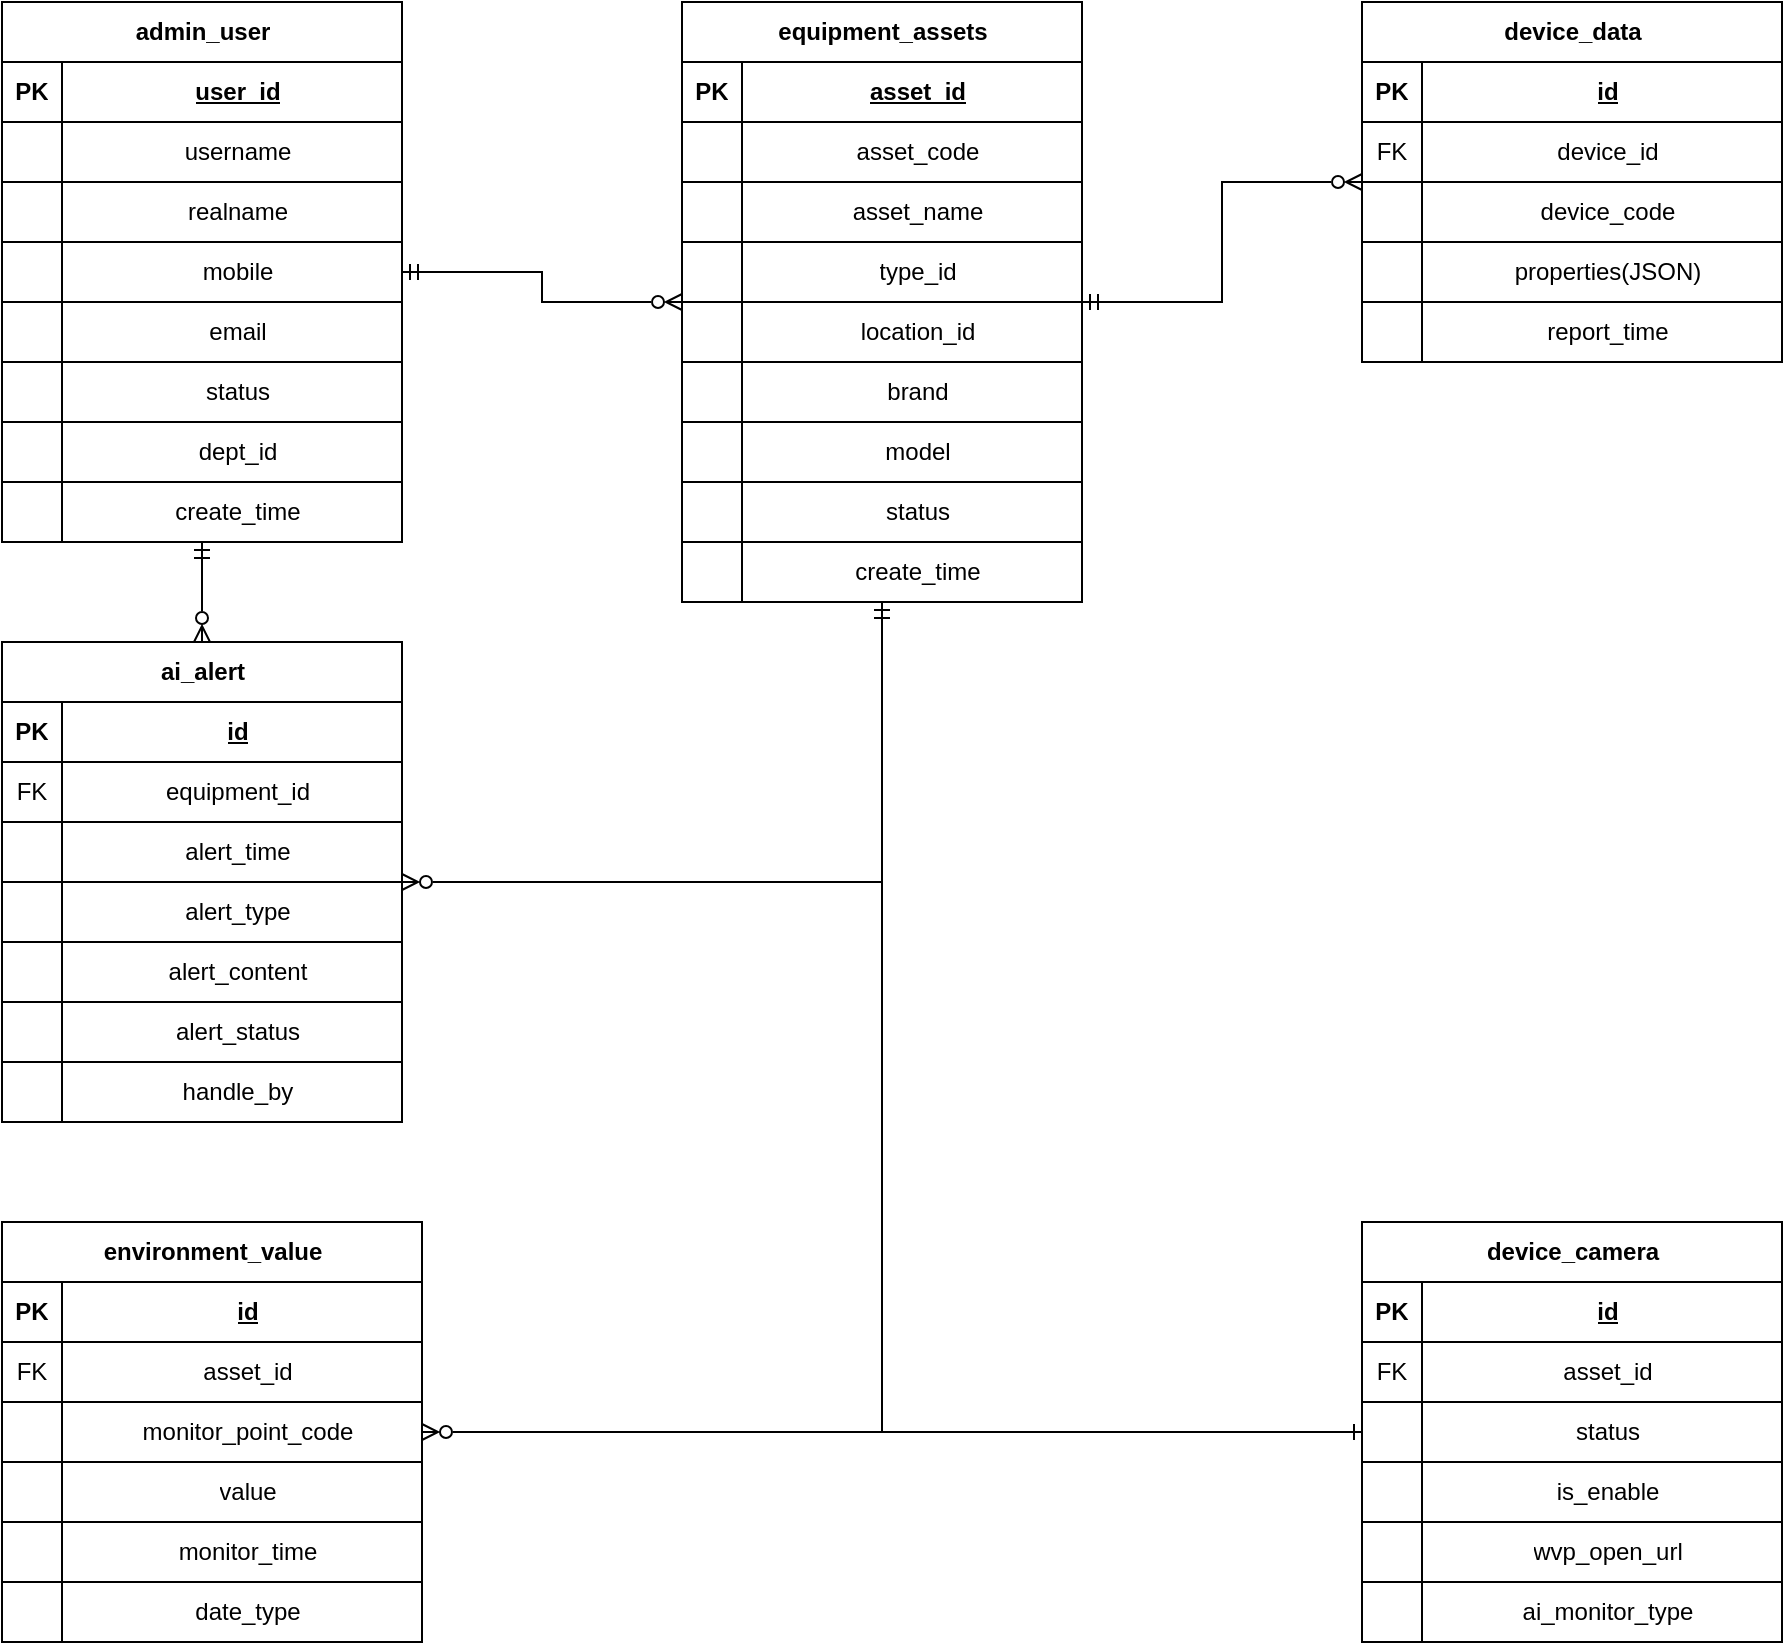
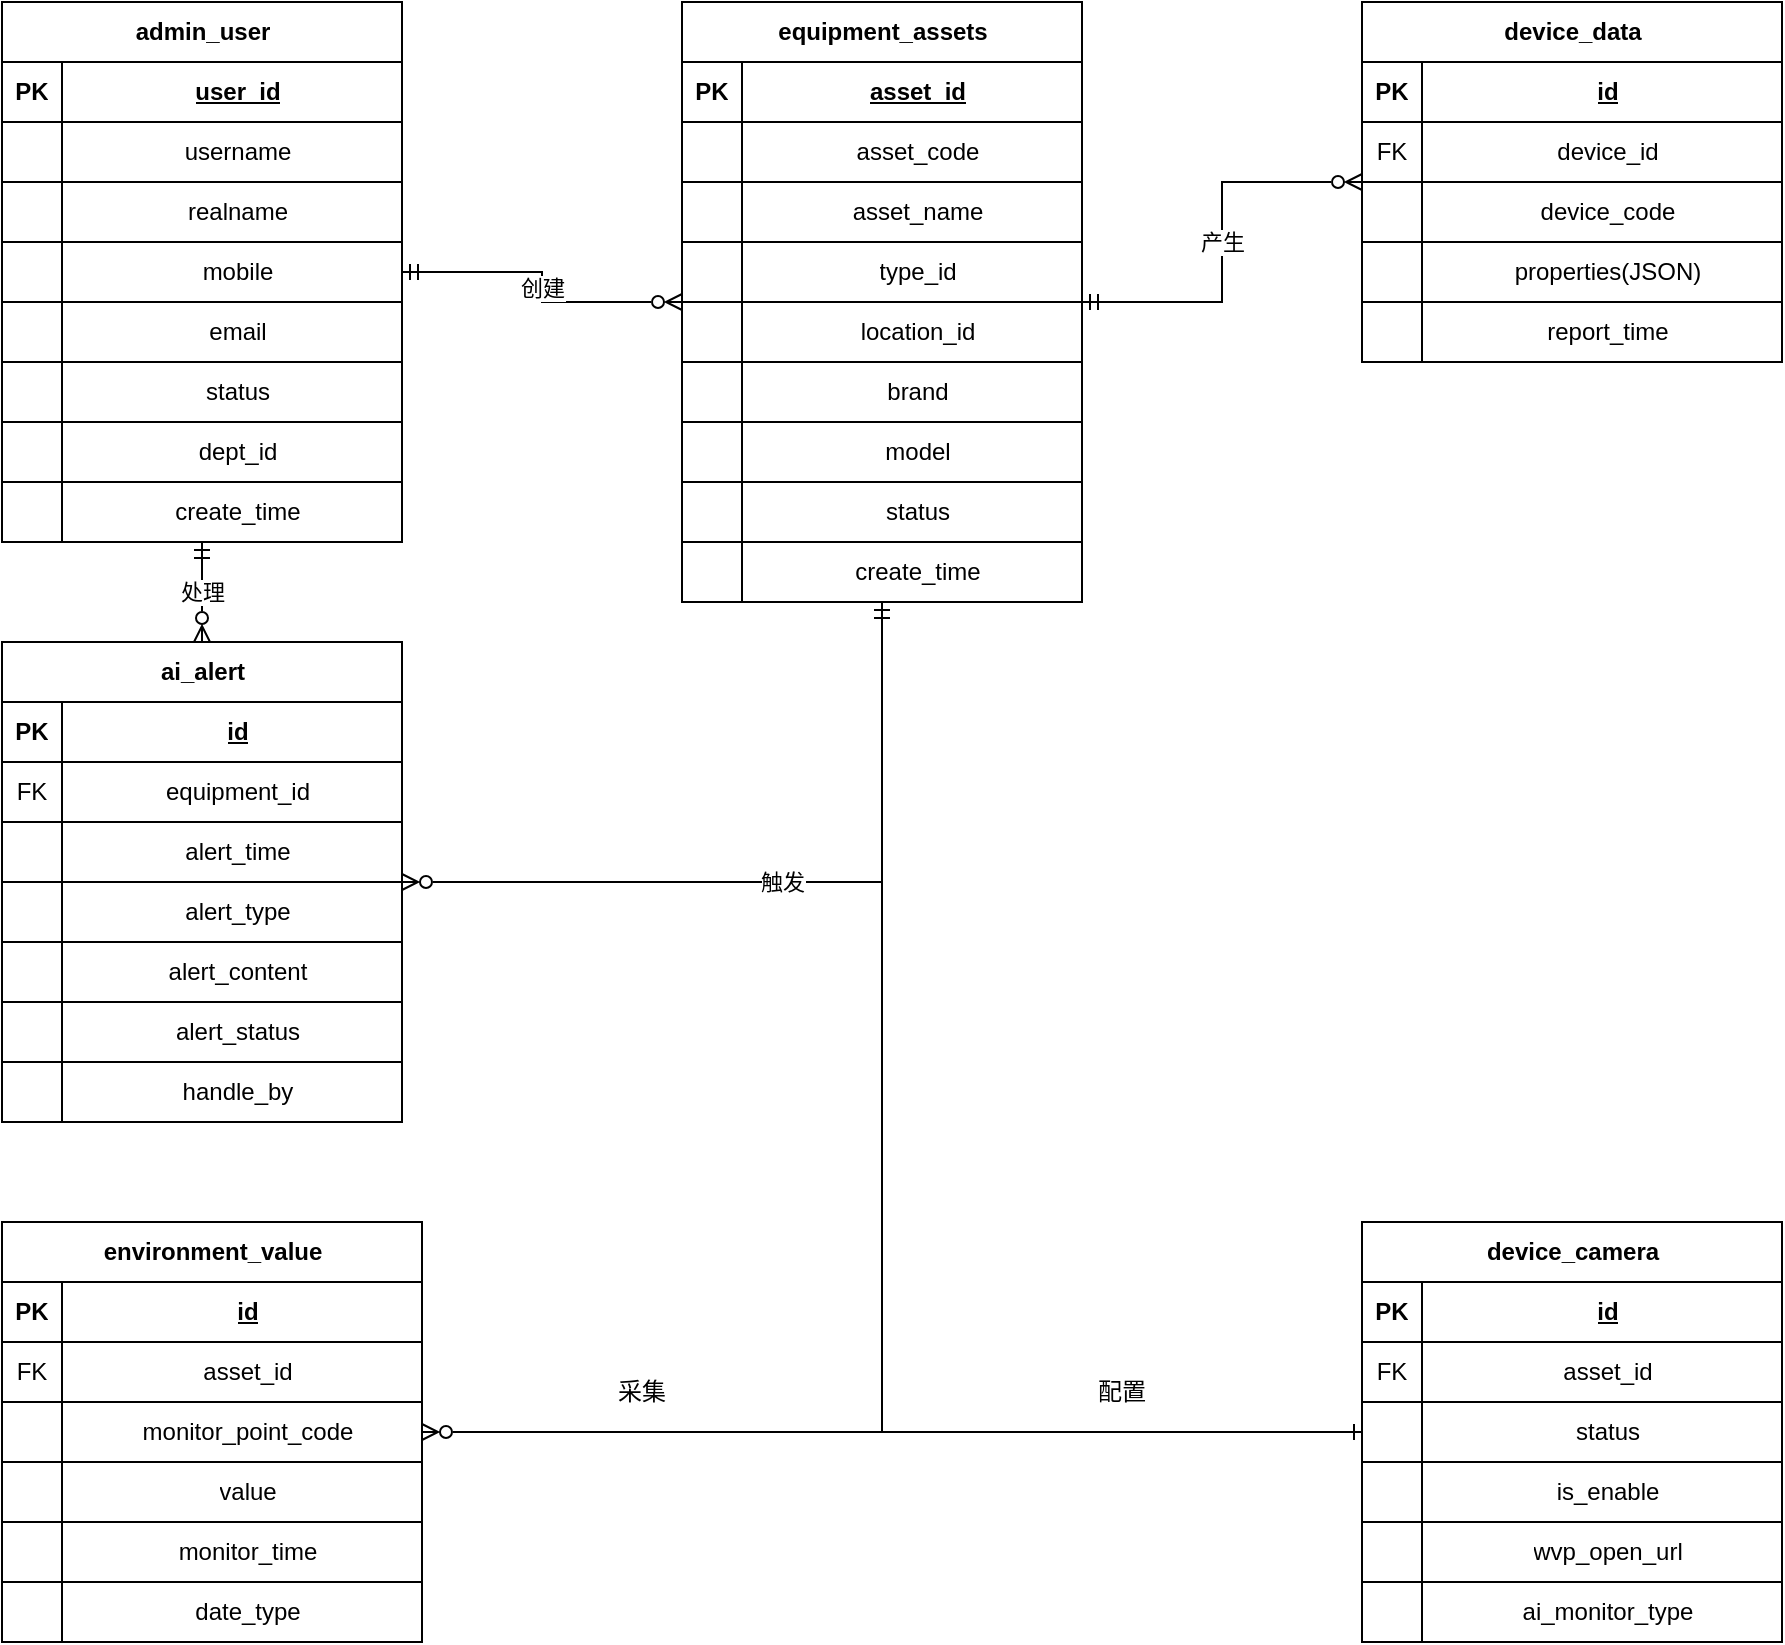
<mxfile host="app.diagrams.net">
  <diagram name="第 1 页" id="OWBINmQlBohk5XkoMZUK">
-     <mxGraphModel dx="1193" dy="767" grid="1" gridSize="10" guides="1" tooltips="1" connect="1" arrows="1" fold="1" page="1" pageScale="1" pageWidth="1169" pageHeight="1654" math="0" shadow="0">
+     <mxGraphModel dx="1326" dy="852" grid="1" gridSize="10" guides="1" tooltips="1" connect="1" arrows="1" fold="1" page="1" pageScale="1" pageWidth="1169" pageHeight="1654" math="0" shadow="0">
      <root>
        <mxCell id="0" />
        <mxCell id="1" parent="0" />
        <mxCell id="AhCAHCdXaYQ7X0f_vC18-310" parent="1" style="shape=table;startSize=30;container=1;collapsible=1;childLayout=tableLayout;fixedRows=1;rowLines=1;colLines=1;fontStyle=1;align=center;resizeLast=1;html=1;strokeColor=#000000;fillColor=none;fontColor=#000000;" value="admin_user" vertex="1">
          <mxGeometry height="270" width="200" x="440" y="700" as="geometry" />
        </mxCell>
        <mxCell id="AhCAHCdXaYQ7X0f_vC18-311" parent="AhCAHCdXaYQ7X0f_vC18-310" style="shape=tableRow;horizontal=0;startSize=0;swimlaneHead=0;swimlaneBody=0;fillColor=none;collapsible=0;dropTarget=0;points=[[0,0.5],[1,0.5]];portConstraint=eastwest;top=0;left=0;right=0;bottom=1;" value="" vertex="1">
          <mxGeometry height="30" width="200" y="30" as="geometry" />
        </mxCell>
        <mxCell id="AhCAHCdXaYQ7X0f_vC18-312" parent="AhCAHCdXaYQ7X0f_vC18-311" style="shape=partialRectangle;connectable=0;fillColor=none;top=0;left=0;bottom=0;right=0;fontStyle=1;overflow=hidden;whiteSpace=wrap;html=1;strokeColor=#000000;" value="PK" vertex="1">
          <mxGeometry height="30" width="30" as="geometry">
            <mxRectangle height="30" width="30" as="alternateBounds" />
          </mxGeometry>
        </mxCell>
        <mxCell id="AhCAHCdXaYQ7X0f_vC18-313" parent="AhCAHCdXaYQ7X0f_vC18-311" style="shape=partialRectangle;connectable=0;fillColor=none;top=0;left=0;bottom=0;right=0;align=center;spacingLeft=6;fontStyle=5;overflow=hidden;whiteSpace=wrap;html=1;strokeColor=#000000;" value="user_id" vertex="1">
          <mxGeometry height="30" width="170" x="30" as="geometry">
            <mxRectangle height="30" width="170" as="alternateBounds" />
          </mxGeometry>
        </mxCell>
        <mxCell id="AhCAHCdXaYQ7X0f_vC18-314" parent="AhCAHCdXaYQ7X0f_vC18-310" style="shape=tableRow;horizontal=0;startSize=0;swimlaneHead=0;swimlaneBody=0;fillColor=none;collapsible=0;dropTarget=0;points=[[0,0.5],[1,0.5]];portConstraint=eastwest;top=0;left=0;right=0;bottom=0;" value="" vertex="1">
          <mxGeometry height="30" width="200" y="60" as="geometry" />
        </mxCell>
        <mxCell id="AhCAHCdXaYQ7X0f_vC18-315" parent="AhCAHCdXaYQ7X0f_vC18-314" style="shape=partialRectangle;connectable=0;fillColor=none;top=0;left=0;bottom=0;right=0;overflow=hidden;whiteSpace=wrap;html=1;strokeColor=#000000;" value="" vertex="1">
          <mxGeometry height="30" width="30" as="geometry">
            <mxRectangle height="30" width="30" as="alternateBounds" />
          </mxGeometry>
        </mxCell>
        <mxCell id="AhCAHCdXaYQ7X0f_vC18-316" parent="AhCAHCdXaYQ7X0f_vC18-314" style="shape=partialRectangle;connectable=0;fillColor=none;top=0;left=0;bottom=0;right=0;align=center;spacingLeft=6;overflow=hidden;whiteSpace=wrap;html=1;strokeColor=#000000;" value="username" vertex="1">
          <mxGeometry height="30" width="170" x="30" as="geometry">
            <mxRectangle height="30" width="170" as="alternateBounds" />
          </mxGeometry>
        </mxCell>
        <mxCell id="AhCAHCdXaYQ7X0f_vC18-317" parent="AhCAHCdXaYQ7X0f_vC18-310" style="shape=tableRow;horizontal=0;startSize=0;swimlaneHead=0;swimlaneBody=0;fillColor=none;collapsible=0;dropTarget=0;points=[[0,0.5],[1,0.5]];portConstraint=eastwest;top=0;left=0;right=0;bottom=0;" value="" vertex="1">
          <mxGeometry height="30" width="200" y="90" as="geometry" />
        </mxCell>
        <mxCell id="AhCAHCdXaYQ7X0f_vC18-318" parent="AhCAHCdXaYQ7X0f_vC18-317" style="shape=partialRectangle;connectable=0;fillColor=none;top=0;left=0;bottom=0;right=0;overflow=hidden;whiteSpace=wrap;html=1;strokeColor=#000000;" value="" vertex="1">
          <mxGeometry height="30" width="30" as="geometry">
            <mxRectangle height="30" width="30" as="alternateBounds" />
          </mxGeometry>
        </mxCell>
        <mxCell id="AhCAHCdXaYQ7X0f_vC18-319" parent="AhCAHCdXaYQ7X0f_vC18-317" style="shape=partialRectangle;connectable=0;fillColor=none;top=0;left=0;bottom=0;right=0;align=center;spacingLeft=6;overflow=hidden;whiteSpace=wrap;html=1;strokeColor=#000000;" value="realname" vertex="1">
          <mxGeometry height="30" width="170" x="30" as="geometry">
            <mxRectangle height="30" width="170" as="alternateBounds" />
          </mxGeometry>
        </mxCell>
        <mxCell id="AhCAHCdXaYQ7X0f_vC18-320" parent="AhCAHCdXaYQ7X0f_vC18-310" style="shape=tableRow;horizontal=0;startSize=0;swimlaneHead=0;swimlaneBody=0;fillColor=none;collapsible=0;dropTarget=0;points=[[0,0.5],[1,0.5]];portConstraint=eastwest;top=0;left=0;right=0;bottom=0;" value="" vertex="1">
          <mxGeometry height="30" width="200" y="120" as="geometry" />
        </mxCell>
        <mxCell id="AhCAHCdXaYQ7X0f_vC18-321" parent="AhCAHCdXaYQ7X0f_vC18-320" style="shape=partialRectangle;connectable=0;fillColor=none;top=0;left=0;bottom=0;right=0;overflow=hidden;whiteSpace=wrap;html=1;strokeColor=#000000;" value="" vertex="1">
          <mxGeometry height="30" width="30" as="geometry">
            <mxRectangle height="30" width="30" as="alternateBounds" />
          </mxGeometry>
        </mxCell>
        <mxCell id="AhCAHCdXaYQ7X0f_vC18-322" parent="AhCAHCdXaYQ7X0f_vC18-320" style="shape=partialRectangle;connectable=0;fillColor=none;top=0;left=0;bottom=0;right=0;align=center;spacingLeft=6;overflow=hidden;whiteSpace=wrap;html=1;strokeColor=#000000;" value="mobile" vertex="1">
          <mxGeometry height="30" width="170" x="30" as="geometry">
            <mxRectangle height="30" width="170" as="alternateBounds" />
          </mxGeometry>
        </mxCell>
        <mxCell id="AhCAHCdXaYQ7X0f_vC18-323" parent="AhCAHCdXaYQ7X0f_vC18-310" style="shape=tableRow;horizontal=0;startSize=0;swimlaneHead=0;swimlaneBody=0;fillColor=none;collapsible=0;dropTarget=0;points=[[0,0.5],[1,0.5]];portConstraint=eastwest;top=0;left=0;right=0;bottom=0;" value="" vertex="1">
          <mxGeometry height="30" width="200" y="150" as="geometry" />
        </mxCell>
        <mxCell id="AhCAHCdXaYQ7X0f_vC18-324" parent="AhCAHCdXaYQ7X0f_vC18-323" style="shape=partialRectangle;connectable=0;fillColor=none;top=0;left=0;bottom=0;right=0;overflow=hidden;whiteSpace=wrap;html=1;strokeColor=#000000;" value="" vertex="1">
          <mxGeometry height="30" width="30" as="geometry">
            <mxRectangle height="30" width="30" as="alternateBounds" />
          </mxGeometry>
        </mxCell>
        <mxCell id="AhCAHCdXaYQ7X0f_vC18-325" parent="AhCAHCdXaYQ7X0f_vC18-323" style="shape=partialRectangle;connectable=0;fillColor=none;top=0;left=0;bottom=0;right=0;align=center;spacingLeft=6;overflow=hidden;whiteSpace=wrap;html=1;strokeColor=#000000;" value="email" vertex="1">
          <mxGeometry height="30" width="170" x="30" as="geometry">
            <mxRectangle height="30" width="170" as="alternateBounds" />
          </mxGeometry>
        </mxCell>
        <mxCell id="AhCAHCdXaYQ7X0f_vC18-326" parent="AhCAHCdXaYQ7X0f_vC18-310" style="shape=tableRow;horizontal=0;startSize=0;swimlaneHead=0;swimlaneBody=0;fillColor=none;collapsible=0;dropTarget=0;points=[[0,0.5],[1,0.5]];portConstraint=eastwest;top=0;left=0;right=0;bottom=0;" value="" vertex="1">
          <mxGeometry height="30" width="200" y="180" as="geometry" />
        </mxCell>
        <mxCell id="AhCAHCdXaYQ7X0f_vC18-327" parent="AhCAHCdXaYQ7X0f_vC18-326" style="shape=partialRectangle;connectable=0;fillColor=none;top=0;left=0;bottom=0;right=0;overflow=hidden;whiteSpace=wrap;html=1;strokeColor=#000000;" value="" vertex="1">
          <mxGeometry height="30" width="30" as="geometry">
            <mxRectangle height="30" width="30" as="alternateBounds" />
          </mxGeometry>
        </mxCell>
        <mxCell id="AhCAHCdXaYQ7X0f_vC18-328" parent="AhCAHCdXaYQ7X0f_vC18-326" style="shape=partialRectangle;connectable=0;fillColor=none;top=0;left=0;bottom=0;right=0;align=center;spacingLeft=6;overflow=hidden;whiteSpace=wrap;html=1;strokeColor=#000000;" value="status" vertex="1">
          <mxGeometry height="30" width="170" x="30" as="geometry">
            <mxRectangle height="30" width="170" as="alternateBounds" />
          </mxGeometry>
        </mxCell>
        <mxCell id="AhCAHCdXaYQ7X0f_vC18-329" parent="AhCAHCdXaYQ7X0f_vC18-310" style="shape=tableRow;horizontal=0;startSize=0;swimlaneHead=0;swimlaneBody=0;fillColor=none;collapsible=0;dropTarget=0;points=[[0,0.5],[1,0.5]];portConstraint=eastwest;top=0;left=0;right=0;bottom=0;" value="" vertex="1">
          <mxGeometry height="30" width="200" y="210" as="geometry" />
        </mxCell>
        <mxCell id="AhCAHCdXaYQ7X0f_vC18-330" parent="AhCAHCdXaYQ7X0f_vC18-329" style="shape=partialRectangle;connectable=0;fillColor=none;top=0;left=0;bottom=0;right=0;overflow=hidden;whiteSpace=wrap;html=1;strokeColor=#000000;" value="" vertex="1">
          <mxGeometry height="30" width="30" as="geometry">
            <mxRectangle height="30" width="30" as="alternateBounds" />
          </mxGeometry>
        </mxCell>
        <mxCell id="AhCAHCdXaYQ7X0f_vC18-331" parent="AhCAHCdXaYQ7X0f_vC18-329" style="shape=partialRectangle;connectable=0;fillColor=none;top=0;left=0;bottom=0;right=0;align=center;spacingLeft=6;overflow=hidden;whiteSpace=wrap;html=1;strokeColor=#000000;" value="dept_id" vertex="1">
          <mxGeometry height="30" width="170" x="30" as="geometry">
            <mxRectangle height="30" width="170" as="alternateBounds" />
          </mxGeometry>
        </mxCell>
        <mxCell id="AhCAHCdXaYQ7X0f_vC18-332" parent="AhCAHCdXaYQ7X0f_vC18-310" style="shape=tableRow;horizontal=0;startSize=0;swimlaneHead=0;swimlaneBody=0;fillColor=none;collapsible=0;dropTarget=0;points=[[0,0.5],[1,0.5]];portConstraint=eastwest;top=0;left=0;right=0;bottom=0;" value="" vertex="1">
          <mxGeometry height="30" width="200" y="240" as="geometry" />
        </mxCell>
        <mxCell id="AhCAHCdXaYQ7X0f_vC18-333" parent="AhCAHCdXaYQ7X0f_vC18-332" style="shape=partialRectangle;connectable=0;fillColor=none;top=0;left=0;bottom=0;right=0;overflow=hidden;whiteSpace=wrap;html=1;strokeColor=#000000;" value="" vertex="1">
          <mxGeometry height="30" width="30" as="geometry">
            <mxRectangle height="30" width="30" as="alternateBounds" />
          </mxGeometry>
        </mxCell>
        <mxCell id="AhCAHCdXaYQ7X0f_vC18-334" parent="AhCAHCdXaYQ7X0f_vC18-332" style="shape=partialRectangle;connectable=0;fillColor=none;top=0;left=0;bottom=0;right=0;align=center;spacingLeft=6;overflow=hidden;whiteSpace=wrap;html=1;strokeColor=#000000;" value="create_time" vertex="1">
          <mxGeometry height="30" width="170" x="30" as="geometry">
            <mxRectangle height="30" width="170" as="alternateBounds" />
          </mxGeometry>
        </mxCell>
        <mxCell id="AhCAHCdXaYQ7X0f_vC18-335" parent="1" style="shape=table;startSize=30;container=1;collapsible=1;childLayout=tableLayout;fixedRows=1;rowLines=1;colLines=1;fontStyle=1;align=center;resizeLast=1;html=1;strokeColor=#000000;fillColor=none;fontColor=#000000;" value="equipment_assets" vertex="1">
          <mxGeometry height="300" width="200" x="780" y="700" as="geometry" />
        </mxCell>
        <mxCell id="AhCAHCdXaYQ7X0f_vC18-336" parent="AhCAHCdXaYQ7X0f_vC18-335" style="shape=tableRow;horizontal=0;startSize=0;swimlaneHead=0;swimlaneBody=0;fillColor=none;collapsible=0;dropTarget=0;points=[[0,0.5],[1,0.5]];portConstraint=eastwest;top=0;left=0;right=0;bottom=1;" value="" vertex="1">
          <mxGeometry height="30" width="200" y="30" as="geometry" />
        </mxCell>
        <mxCell id="AhCAHCdXaYQ7X0f_vC18-337" parent="AhCAHCdXaYQ7X0f_vC18-336" style="shape=partialRectangle;connectable=0;fillColor=none;top=0;left=0;bottom=0;right=0;fontStyle=1;overflow=hidden;whiteSpace=wrap;html=1;strokeColor=#000000;" value="PK" vertex="1">
          <mxGeometry height="30" width="30" as="geometry">
            <mxRectangle height="30" width="30" as="alternateBounds" />
          </mxGeometry>
        </mxCell>
        <mxCell id="AhCAHCdXaYQ7X0f_vC18-338" parent="AhCAHCdXaYQ7X0f_vC18-336" style="shape=partialRectangle;connectable=0;fillColor=none;top=0;left=0;bottom=0;right=0;align=center;spacingLeft=6;fontStyle=5;overflow=hidden;whiteSpace=wrap;html=1;strokeColor=#000000;" value="asset_id" vertex="1">
          <mxGeometry height="30" width="170" x="30" as="geometry">
            <mxRectangle height="30" width="170" as="alternateBounds" />
          </mxGeometry>
        </mxCell>
        <mxCell id="AhCAHCdXaYQ7X0f_vC18-339" parent="AhCAHCdXaYQ7X0f_vC18-335" style="shape=tableRow;horizontal=0;startSize=0;swimlaneHead=0;swimlaneBody=0;fillColor=none;collapsible=0;dropTarget=0;points=[[0,0.5],[1,0.5]];portConstraint=eastwest;top=0;left=0;right=0;bottom=0;" value="" vertex="1">
          <mxGeometry height="30" width="200" y="60" as="geometry" />
        </mxCell>
        <mxCell id="AhCAHCdXaYQ7X0f_vC18-340" parent="AhCAHCdXaYQ7X0f_vC18-339" style="shape=partialRectangle;connectable=0;fillColor=none;top=0;left=0;bottom=0;right=0;overflow=hidden;whiteSpace=wrap;html=1;strokeColor=#000000;" value="" vertex="1">
          <mxGeometry height="30" width="30" as="geometry">
            <mxRectangle height="30" width="30" as="alternateBounds" />
          </mxGeometry>
        </mxCell>
        <mxCell id="AhCAHCdXaYQ7X0f_vC18-341" parent="AhCAHCdXaYQ7X0f_vC18-339" style="shape=partialRectangle;connectable=0;fillColor=none;top=0;left=0;bottom=0;right=0;align=center;spacingLeft=6;overflow=hidden;whiteSpace=wrap;html=1;strokeColor=#000000;" value="asset_code" vertex="1">
          <mxGeometry height="30" width="170" x="30" as="geometry">
            <mxRectangle height="30" width="170" as="alternateBounds" />
          </mxGeometry>
        </mxCell>
        <mxCell id="AhCAHCdXaYQ7X0f_vC18-342" parent="AhCAHCdXaYQ7X0f_vC18-335" style="shape=tableRow;horizontal=0;startSize=0;swimlaneHead=0;swimlaneBody=0;fillColor=none;collapsible=0;dropTarget=0;points=[[0,0.5],[1,0.5]];portConstraint=eastwest;top=0;left=0;right=0;bottom=0;" value="" vertex="1">
          <mxGeometry height="30" width="200" y="90" as="geometry" />
        </mxCell>
        <mxCell id="AhCAHCdXaYQ7X0f_vC18-343" parent="AhCAHCdXaYQ7X0f_vC18-342" style="shape=partialRectangle;connectable=0;fillColor=none;top=0;left=0;bottom=0;right=0;overflow=hidden;whiteSpace=wrap;html=1;strokeColor=#000000;" value="" vertex="1">
          <mxGeometry height="30" width="30" as="geometry">
            <mxRectangle height="30" width="30" as="alternateBounds" />
          </mxGeometry>
        </mxCell>
        <mxCell id="AhCAHCdXaYQ7X0f_vC18-344" parent="AhCAHCdXaYQ7X0f_vC18-342" style="shape=partialRectangle;connectable=0;fillColor=none;top=0;left=0;bottom=0;right=0;align=center;spacingLeft=6;overflow=hidden;whiteSpace=wrap;html=1;strokeColor=#000000;" value="asset_name" vertex="1">
          <mxGeometry height="30" width="170" x="30" as="geometry">
            <mxRectangle height="30" width="170" as="alternateBounds" />
          </mxGeometry>
        </mxCell>
        <mxCell id="AhCAHCdXaYQ7X0f_vC18-345" parent="AhCAHCdXaYQ7X0f_vC18-335" style="shape=tableRow;horizontal=0;startSize=0;swimlaneHead=0;swimlaneBody=0;fillColor=none;collapsible=0;dropTarget=0;points=[[0,0.5],[1,0.5]];portConstraint=eastwest;top=0;left=0;right=0;bottom=0;" value="" vertex="1">
          <mxGeometry height="30" width="200" y="120" as="geometry" />
        </mxCell>
        <mxCell id="AhCAHCdXaYQ7X0f_vC18-346" parent="AhCAHCdXaYQ7X0f_vC18-345" style="shape=partialRectangle;connectable=0;fillColor=none;top=0;left=0;bottom=0;right=0;overflow=hidden;whiteSpace=wrap;html=1;strokeColor=#000000;" value="" vertex="1">
          <mxGeometry height="30" width="30" as="geometry">
            <mxRectangle height="30" width="30" as="alternateBounds" />
          </mxGeometry>
        </mxCell>
        <mxCell id="AhCAHCdXaYQ7X0f_vC18-347" parent="AhCAHCdXaYQ7X0f_vC18-345" style="shape=partialRectangle;connectable=0;fillColor=none;top=0;left=0;bottom=0;right=0;align=center;spacingLeft=6;overflow=hidden;whiteSpace=wrap;html=1;strokeColor=#000000;" value="type_id" vertex="1">
          <mxGeometry height="30" width="170" x="30" as="geometry">
            <mxRectangle height="30" width="170" as="alternateBounds" />
          </mxGeometry>
        </mxCell>
        <mxCell id="AhCAHCdXaYQ7X0f_vC18-348" parent="AhCAHCdXaYQ7X0f_vC18-335" style="shape=tableRow;horizontal=0;startSize=0;swimlaneHead=0;swimlaneBody=0;fillColor=none;collapsible=0;dropTarget=0;points=[[0,0.5],[1,0.5]];portConstraint=eastwest;top=0;left=0;right=0;bottom=0;" value="" vertex="1">
          <mxGeometry height="30" width="200" y="150" as="geometry" />
        </mxCell>
        <mxCell id="AhCAHCdXaYQ7X0f_vC18-349" parent="AhCAHCdXaYQ7X0f_vC18-348" style="shape=partialRectangle;connectable=0;fillColor=none;top=0;left=0;bottom=0;right=0;overflow=hidden;whiteSpace=wrap;html=1;strokeColor=#000000;" value="" vertex="1">
          <mxGeometry height="30" width="30" as="geometry">
            <mxRectangle height="30" width="30" as="alternateBounds" />
          </mxGeometry>
        </mxCell>
        <mxCell id="AhCAHCdXaYQ7X0f_vC18-350" parent="AhCAHCdXaYQ7X0f_vC18-348" style="shape=partialRectangle;connectable=0;fillColor=none;top=0;left=0;bottom=0;right=0;align=center;spacingLeft=6;overflow=hidden;whiteSpace=wrap;html=1;strokeColor=#000000;" value="location_id" vertex="1">
          <mxGeometry height="30" width="170" x="30" as="geometry">
            <mxRectangle height="30" width="170" as="alternateBounds" />
          </mxGeometry>
        </mxCell>
        <mxCell id="AhCAHCdXaYQ7X0f_vC18-351" parent="AhCAHCdXaYQ7X0f_vC18-335" style="shape=tableRow;horizontal=0;startSize=0;swimlaneHead=0;swimlaneBody=0;fillColor=none;collapsible=0;dropTarget=0;points=[[0,0.5],[1,0.5]];portConstraint=eastwest;top=0;left=0;right=0;bottom=0;" value="" vertex="1">
          <mxGeometry height="30" width="200" y="180" as="geometry" />
        </mxCell>
        <mxCell id="AhCAHCdXaYQ7X0f_vC18-352" parent="AhCAHCdXaYQ7X0f_vC18-351" style="shape=partialRectangle;connectable=0;fillColor=none;top=0;left=0;bottom=0;right=0;overflow=hidden;whiteSpace=wrap;html=1;strokeColor=#000000;" value="" vertex="1">
          <mxGeometry height="30" width="30" as="geometry">
            <mxRectangle height="30" width="30" as="alternateBounds" />
          </mxGeometry>
        </mxCell>
        <mxCell id="AhCAHCdXaYQ7X0f_vC18-353" parent="AhCAHCdXaYQ7X0f_vC18-351" style="shape=partialRectangle;connectable=0;fillColor=none;top=0;left=0;bottom=0;right=0;align=center;spacingLeft=6;overflow=hidden;whiteSpace=wrap;html=1;strokeColor=#000000;" value="brand" vertex="1">
          <mxGeometry height="30" width="170" x="30" as="geometry">
            <mxRectangle height="30" width="170" as="alternateBounds" />
          </mxGeometry>
        </mxCell>
        <mxCell id="AhCAHCdXaYQ7X0f_vC18-354" parent="AhCAHCdXaYQ7X0f_vC18-335" style="shape=tableRow;horizontal=0;startSize=0;swimlaneHead=0;swimlaneBody=0;fillColor=none;collapsible=0;dropTarget=0;points=[[0,0.5],[1,0.5]];portConstraint=eastwest;top=0;left=0;right=0;bottom=0;" value="" vertex="1">
          <mxGeometry height="30" width="200" y="210" as="geometry" />
        </mxCell>
        <mxCell id="AhCAHCdXaYQ7X0f_vC18-355" parent="AhCAHCdXaYQ7X0f_vC18-354" style="shape=partialRectangle;connectable=0;fillColor=none;top=0;left=0;bottom=0;right=0;overflow=hidden;whiteSpace=wrap;html=1;strokeColor=#000000;" value="" vertex="1">
          <mxGeometry height="30" width="30" as="geometry">
            <mxRectangle height="30" width="30" as="alternateBounds" />
          </mxGeometry>
        </mxCell>
        <mxCell id="AhCAHCdXaYQ7X0f_vC18-356" parent="AhCAHCdXaYQ7X0f_vC18-354" style="shape=partialRectangle;connectable=0;fillColor=none;top=0;left=0;bottom=0;right=0;align=center;spacingLeft=6;overflow=hidden;whiteSpace=wrap;html=1;strokeColor=#000000;" value="model" vertex="1">
          <mxGeometry height="30" width="170" x="30" as="geometry">
            <mxRectangle height="30" width="170" as="alternateBounds" />
          </mxGeometry>
        </mxCell>
        <mxCell id="AhCAHCdXaYQ7X0f_vC18-357" parent="AhCAHCdXaYQ7X0f_vC18-335" style="shape=tableRow;horizontal=0;startSize=0;swimlaneHead=0;swimlaneBody=0;fillColor=none;collapsible=0;dropTarget=0;points=[[0,0.5],[1,0.5]];portConstraint=eastwest;top=0;left=0;right=0;bottom=0;" value="" vertex="1">
          <mxGeometry height="30" width="200" y="240" as="geometry" />
        </mxCell>
        <mxCell id="AhCAHCdXaYQ7X0f_vC18-358" parent="AhCAHCdXaYQ7X0f_vC18-357" style="shape=partialRectangle;connectable=0;fillColor=none;top=0;left=0;bottom=0;right=0;overflow=hidden;whiteSpace=wrap;html=1;strokeColor=#000000;" value="" vertex="1">
          <mxGeometry height="30" width="30" as="geometry">
            <mxRectangle height="30" width="30" as="alternateBounds" />
          </mxGeometry>
        </mxCell>
        <mxCell id="AhCAHCdXaYQ7X0f_vC18-359" parent="AhCAHCdXaYQ7X0f_vC18-357" style="shape=partialRectangle;connectable=0;fillColor=none;top=0;left=0;bottom=0;right=0;align=center;spacingLeft=6;overflow=hidden;whiteSpace=wrap;html=1;strokeColor=#000000;" value="status" vertex="1">
          <mxGeometry height="30" width="170" x="30" as="geometry">
            <mxRectangle height="30" width="170" as="alternateBounds" />
          </mxGeometry>
        </mxCell>
        <mxCell id="AhCAHCdXaYQ7X0f_vC18-360" parent="AhCAHCdXaYQ7X0f_vC18-335" style="shape=tableRow;horizontal=0;startSize=0;swimlaneHead=0;swimlaneBody=0;fillColor=none;collapsible=0;dropTarget=0;points=[[0,0.5],[1,0.5]];portConstraint=eastwest;top=0;left=0;right=0;bottom=0;" value="" vertex="1">
          <mxGeometry height="30" width="200" y="270" as="geometry" />
        </mxCell>
        <mxCell id="AhCAHCdXaYQ7X0f_vC18-361" parent="AhCAHCdXaYQ7X0f_vC18-360" style="shape=partialRectangle;connectable=0;fillColor=none;top=0;left=0;bottom=0;right=0;overflow=hidden;whiteSpace=wrap;html=1;strokeColor=#000000;" value="" vertex="1">
          <mxGeometry height="30" width="30" as="geometry">
            <mxRectangle height="30" width="30" as="alternateBounds" />
          </mxGeometry>
        </mxCell>
        <mxCell id="AhCAHCdXaYQ7X0f_vC18-362" parent="AhCAHCdXaYQ7X0f_vC18-360" style="shape=partialRectangle;connectable=0;fillColor=none;top=0;left=0;bottom=0;right=0;align=center;spacingLeft=6;overflow=hidden;whiteSpace=wrap;html=1;strokeColor=#000000;" value="create_time" vertex="1">
          <mxGeometry height="30" width="170" x="30" as="geometry">
            <mxRectangle height="30" width="170" as="alternateBounds" />
          </mxGeometry>
        </mxCell>
        <mxCell id="AhCAHCdXaYQ7X0f_vC18-363" parent="1" style="shape=table;startSize=30;container=1;collapsible=1;childLayout=tableLayout;fixedRows=1;rowLines=1;colLines=1;fontStyle=1;align=center;resizeLast=1;html=1;strokeColor=#000000;fillColor=none;fontColor=#000000;" value="device_data" vertex="1">
          <mxGeometry height="180" width="210" x="1120" y="700" as="geometry" />
        </mxCell>
        <mxCell id="AhCAHCdXaYQ7X0f_vC18-364" parent="AhCAHCdXaYQ7X0f_vC18-363" style="shape=tableRow;horizontal=0;startSize=0;swimlaneHead=0;swimlaneBody=0;fillColor=none;collapsible=0;dropTarget=0;points=[[0,0.5],[1,0.5]];portConstraint=eastwest;top=0;left=0;right=0;bottom=1;" value="" vertex="1">
          <mxGeometry height="30" width="210" y="30" as="geometry" />
        </mxCell>
        <mxCell id="AhCAHCdXaYQ7X0f_vC18-365" parent="AhCAHCdXaYQ7X0f_vC18-364" style="shape=partialRectangle;connectable=0;fillColor=none;top=0;left=0;bottom=0;right=0;fontStyle=1;overflow=hidden;whiteSpace=wrap;html=1;strokeColor=#000000;" value="PK" vertex="1">
          <mxGeometry height="30" width="30" as="geometry">
            <mxRectangle height="30" width="30" as="alternateBounds" />
          </mxGeometry>
        </mxCell>
        <mxCell id="AhCAHCdXaYQ7X0f_vC18-366" parent="AhCAHCdXaYQ7X0f_vC18-364" style="shape=partialRectangle;connectable=0;fillColor=none;top=0;left=0;bottom=0;right=0;align=center;spacingLeft=6;fontStyle=5;overflow=hidden;whiteSpace=wrap;html=1;strokeColor=#000000;" value="id" vertex="1">
          <mxGeometry height="30" width="180" x="30" as="geometry">
            <mxRectangle height="30" width="180" as="alternateBounds" />
          </mxGeometry>
        </mxCell>
        <mxCell id="AhCAHCdXaYQ7X0f_vC18-367" parent="AhCAHCdXaYQ7X0f_vC18-363" style="shape=tableRow;horizontal=0;startSize=0;swimlaneHead=0;swimlaneBody=0;fillColor=none;collapsible=0;dropTarget=0;points=[[0,0.5],[1,0.5]];portConstraint=eastwest;top=0;left=0;right=0;bottom=0;" value="" vertex="1">
          <mxGeometry height="30" width="210" y="60" as="geometry" />
        </mxCell>
        <mxCell id="AhCAHCdXaYQ7X0f_vC18-368" parent="AhCAHCdXaYQ7X0f_vC18-367" style="shape=partialRectangle;connectable=0;fillColor=none;top=0;left=0;bottom=0;right=0;overflow=hidden;whiteSpace=wrap;html=1;strokeColor=#000000;" value="FK" vertex="1">
          <mxGeometry height="30" width="30" as="geometry">
            <mxRectangle height="30" width="30" as="alternateBounds" />
          </mxGeometry>
        </mxCell>
        <mxCell id="AhCAHCdXaYQ7X0f_vC18-369" parent="AhCAHCdXaYQ7X0f_vC18-367" style="shape=partialRectangle;connectable=0;fillColor=none;top=0;left=0;bottom=0;right=0;align=center;spacingLeft=6;overflow=hidden;whiteSpace=wrap;html=1;strokeColor=#000000;" value="device_id" vertex="1">
          <mxGeometry height="30" width="180" x="30" as="geometry">
            <mxRectangle height="30" width="180" as="alternateBounds" />
          </mxGeometry>
        </mxCell>
        <mxCell id="AhCAHCdXaYQ7X0f_vC18-370" parent="AhCAHCdXaYQ7X0f_vC18-363" style="shape=tableRow;horizontal=0;startSize=0;swimlaneHead=0;swimlaneBody=0;fillColor=none;collapsible=0;dropTarget=0;points=[[0,0.5],[1,0.5]];portConstraint=eastwest;top=0;left=0;right=0;bottom=0;" value="" vertex="1">
          <mxGeometry height="30" width="210" y="90" as="geometry" />
        </mxCell>
        <mxCell id="AhCAHCdXaYQ7X0f_vC18-371" parent="AhCAHCdXaYQ7X0f_vC18-370" style="shape=partialRectangle;connectable=0;fillColor=none;top=0;left=0;bottom=0;right=0;overflow=hidden;whiteSpace=wrap;html=1;strokeColor=#000000;" value="" vertex="1">
          <mxGeometry height="30" width="30" as="geometry">
            <mxRectangle height="30" width="30" as="alternateBounds" />
          </mxGeometry>
        </mxCell>
        <mxCell id="AhCAHCdXaYQ7X0f_vC18-372" parent="AhCAHCdXaYQ7X0f_vC18-370" style="shape=partialRectangle;connectable=0;fillColor=none;top=0;left=0;bottom=0;right=0;align=center;spacingLeft=6;overflow=hidden;whiteSpace=wrap;html=1;strokeColor=#000000;" value="device_code" vertex="1">
          <mxGeometry height="30" width="180" x="30" as="geometry">
            <mxRectangle height="30" width="180" as="alternateBounds" />
          </mxGeometry>
        </mxCell>
        <mxCell id="AhCAHCdXaYQ7X0f_vC18-373" parent="AhCAHCdXaYQ7X0f_vC18-363" style="shape=tableRow;horizontal=0;startSize=0;swimlaneHead=0;swimlaneBody=0;fillColor=none;collapsible=0;dropTarget=0;points=[[0,0.5],[1,0.5]];portConstraint=eastwest;top=0;left=0;right=0;bottom=0;" value="" vertex="1">
          <mxGeometry height="30" width="210" y="120" as="geometry" />
        </mxCell>
        <mxCell id="AhCAHCdXaYQ7X0f_vC18-374" parent="AhCAHCdXaYQ7X0f_vC18-373" style="shape=partialRectangle;connectable=0;fillColor=none;top=0;left=0;bottom=0;right=0;overflow=hidden;whiteSpace=wrap;html=1;strokeColor=#000000;" value="" vertex="1">
          <mxGeometry height="30" width="30" as="geometry">
            <mxRectangle height="30" width="30" as="alternateBounds" />
          </mxGeometry>
        </mxCell>
        <mxCell id="AhCAHCdXaYQ7X0f_vC18-375" parent="AhCAHCdXaYQ7X0f_vC18-373" style="shape=partialRectangle;connectable=0;fillColor=none;top=0;left=0;bottom=0;right=0;align=center;spacingLeft=6;overflow=hidden;whiteSpace=wrap;html=1;strokeColor=#000000;" value="properties(JSON)" vertex="1">
          <mxGeometry height="30" width="180" x="30" as="geometry">
            <mxRectangle height="30" width="180" as="alternateBounds" />
          </mxGeometry>
        </mxCell>
        <mxCell id="AhCAHCdXaYQ7X0f_vC18-376" parent="AhCAHCdXaYQ7X0f_vC18-363" style="shape=tableRow;horizontal=0;startSize=0;swimlaneHead=0;swimlaneBody=0;fillColor=none;collapsible=0;dropTarget=0;points=[[0,0.5],[1,0.5]];portConstraint=eastwest;top=0;left=0;right=0;bottom=0;" value="" vertex="1">
          <mxGeometry height="30" width="210" y="150" as="geometry" />
        </mxCell>
        <mxCell id="AhCAHCdXaYQ7X0f_vC18-377" parent="AhCAHCdXaYQ7X0f_vC18-376" style="shape=partialRectangle;connectable=0;fillColor=none;top=0;left=0;bottom=0;right=0;overflow=hidden;whiteSpace=wrap;html=1;strokeColor=#000000;" value="" vertex="1">
          <mxGeometry height="30" width="30" as="geometry">
            <mxRectangle height="30" width="30" as="alternateBounds" />
          </mxGeometry>
        </mxCell>
        <mxCell id="AhCAHCdXaYQ7X0f_vC18-378" parent="AhCAHCdXaYQ7X0f_vC18-376" style="shape=partialRectangle;connectable=0;fillColor=none;top=0;left=0;bottom=0;right=0;align=center;spacingLeft=6;overflow=hidden;whiteSpace=wrap;html=1;strokeColor=#000000;" value="report_time" vertex="1">
          <mxGeometry height="30" width="180" x="30" as="geometry">
            <mxRectangle height="30" width="180" as="alternateBounds" />
          </mxGeometry>
        </mxCell>
        <mxCell id="AhCAHCdXaYQ7X0f_vC18-379" parent="1" style="shape=table;startSize=30;container=1;collapsible=1;childLayout=tableLayout;fixedRows=1;rowLines=1;colLines=1;fontStyle=1;align=center;resizeLast=1;html=1;strokeColor=#000000;fillColor=none;fontColor=#000000;" value="ai_alert" vertex="1">
          <mxGeometry height="240" width="200" x="440" y="1020" as="geometry" />
        </mxCell>
        <mxCell id="AhCAHCdXaYQ7X0f_vC18-380" parent="AhCAHCdXaYQ7X0f_vC18-379" style="shape=tableRow;horizontal=0;startSize=0;swimlaneHead=0;swimlaneBody=0;fillColor=none;collapsible=0;dropTarget=0;points=[[0,0.5],[1,0.5]];portConstraint=eastwest;top=0;left=0;right=0;bottom=1;" value="" vertex="1">
          <mxGeometry height="30" width="200" y="30" as="geometry" />
        </mxCell>
        <mxCell id="AhCAHCdXaYQ7X0f_vC18-381" parent="AhCAHCdXaYQ7X0f_vC18-380" style="shape=partialRectangle;connectable=0;fillColor=none;top=0;left=0;bottom=0;right=0;fontStyle=1;overflow=hidden;whiteSpace=wrap;html=1;strokeColor=#000000;" value="PK" vertex="1">
          <mxGeometry height="30" width="30" as="geometry">
            <mxRectangle height="30" width="30" as="alternateBounds" />
          </mxGeometry>
        </mxCell>
        <mxCell id="AhCAHCdXaYQ7X0f_vC18-382" parent="AhCAHCdXaYQ7X0f_vC18-380" style="shape=partialRectangle;connectable=0;fillColor=none;top=0;left=0;bottom=0;right=0;align=center;spacingLeft=6;fontStyle=5;overflow=hidden;whiteSpace=wrap;html=1;strokeColor=#000000;" value="id" vertex="1">
          <mxGeometry height="30" width="170" x="30" as="geometry">
            <mxRectangle height="30" width="170" as="alternateBounds" />
          </mxGeometry>
        </mxCell>
        <mxCell id="AhCAHCdXaYQ7X0f_vC18-383" parent="AhCAHCdXaYQ7X0f_vC18-379" style="shape=tableRow;horizontal=0;startSize=0;swimlaneHead=0;swimlaneBody=0;fillColor=none;collapsible=0;dropTarget=0;points=[[0,0.5],[1,0.5]];portConstraint=eastwest;top=0;left=0;right=0;bottom=0;" value="" vertex="1">
          <mxGeometry height="30" width="200" y="60" as="geometry" />
        </mxCell>
        <mxCell id="AhCAHCdXaYQ7X0f_vC18-384" parent="AhCAHCdXaYQ7X0f_vC18-383" style="shape=partialRectangle;connectable=0;fillColor=none;top=0;left=0;bottom=0;right=0;overflow=hidden;whiteSpace=wrap;html=1;strokeColor=#000000;" value="FK" vertex="1">
          <mxGeometry height="30" width="30" as="geometry">
            <mxRectangle height="30" width="30" as="alternateBounds" />
          </mxGeometry>
        </mxCell>
        <mxCell id="AhCAHCdXaYQ7X0f_vC18-385" parent="AhCAHCdXaYQ7X0f_vC18-383" style="shape=partialRectangle;connectable=0;fillColor=none;top=0;left=0;bottom=0;right=0;align=center;spacingLeft=6;overflow=hidden;whiteSpace=wrap;html=1;strokeColor=#000000;" value="equipment_id" vertex="1">
          <mxGeometry height="30" width="170" x="30" as="geometry">
            <mxRectangle height="30" width="170" as="alternateBounds" />
          </mxGeometry>
        </mxCell>
        <mxCell id="AhCAHCdXaYQ7X0f_vC18-386" parent="AhCAHCdXaYQ7X0f_vC18-379" style="shape=tableRow;horizontal=0;startSize=0;swimlaneHead=0;swimlaneBody=0;fillColor=none;collapsible=0;dropTarget=0;points=[[0,0.5],[1,0.5]];portConstraint=eastwest;top=0;left=0;right=0;bottom=0;" value="" vertex="1">
          <mxGeometry height="30" width="200" y="90" as="geometry" />
        </mxCell>
        <mxCell id="AhCAHCdXaYQ7X0f_vC18-387" parent="AhCAHCdXaYQ7X0f_vC18-386" style="shape=partialRectangle;connectable=0;fillColor=none;top=0;left=0;bottom=0;right=0;overflow=hidden;whiteSpace=wrap;html=1;strokeColor=#000000;" value="" vertex="1">
          <mxGeometry height="30" width="30" as="geometry">
            <mxRectangle height="30" width="30" as="alternateBounds" />
          </mxGeometry>
        </mxCell>
        <mxCell id="AhCAHCdXaYQ7X0f_vC18-388" parent="AhCAHCdXaYQ7X0f_vC18-386" style="shape=partialRectangle;connectable=0;fillColor=none;top=0;left=0;bottom=0;right=0;align=center;spacingLeft=6;overflow=hidden;whiteSpace=wrap;html=1;strokeColor=#000000;" value="alert_time" vertex="1">
          <mxGeometry height="30" width="170" x="30" as="geometry">
            <mxRectangle height="30" width="170" as="alternateBounds" />
          </mxGeometry>
        </mxCell>
        <mxCell id="AhCAHCdXaYQ7X0f_vC18-389" parent="AhCAHCdXaYQ7X0f_vC18-379" style="shape=tableRow;horizontal=0;startSize=0;swimlaneHead=0;swimlaneBody=0;fillColor=none;collapsible=0;dropTarget=0;points=[[0,0.5],[1,0.5]];portConstraint=eastwest;top=0;left=0;right=0;bottom=0;" value="" vertex="1">
          <mxGeometry height="30" width="200" y="120" as="geometry" />
        </mxCell>
        <mxCell id="AhCAHCdXaYQ7X0f_vC18-390" parent="AhCAHCdXaYQ7X0f_vC18-389" style="shape=partialRectangle;connectable=0;fillColor=none;top=0;left=0;bottom=0;right=0;overflow=hidden;whiteSpace=wrap;html=1;strokeColor=#000000;" value="" vertex="1">
          <mxGeometry height="30" width="30" as="geometry">
            <mxRectangle height="30" width="30" as="alternateBounds" />
          </mxGeometry>
        </mxCell>
        <mxCell id="AhCAHCdXaYQ7X0f_vC18-391" parent="AhCAHCdXaYQ7X0f_vC18-389" style="shape=partialRectangle;connectable=0;fillColor=none;top=0;left=0;bottom=0;right=0;align=center;spacingLeft=6;overflow=hidden;whiteSpace=wrap;html=1;strokeColor=#000000;" value="alert_type" vertex="1">
          <mxGeometry height="30" width="170" x="30" as="geometry">
            <mxRectangle height="30" width="170" as="alternateBounds" />
          </mxGeometry>
        </mxCell>
        <mxCell id="AhCAHCdXaYQ7X0f_vC18-392" parent="AhCAHCdXaYQ7X0f_vC18-379" style="shape=tableRow;horizontal=0;startSize=0;swimlaneHead=0;swimlaneBody=0;fillColor=none;collapsible=0;dropTarget=0;points=[[0,0.5],[1,0.5]];portConstraint=eastwest;top=0;left=0;right=0;bottom=0;" value="" vertex="1">
          <mxGeometry height="30" width="200" y="150" as="geometry" />
        </mxCell>
        <mxCell id="AhCAHCdXaYQ7X0f_vC18-393" parent="AhCAHCdXaYQ7X0f_vC18-392" style="shape=partialRectangle;connectable=0;fillColor=none;top=0;left=0;bottom=0;right=0;overflow=hidden;whiteSpace=wrap;html=1;strokeColor=#000000;" value="" vertex="1">
          <mxGeometry height="30" width="30" as="geometry">
            <mxRectangle height="30" width="30" as="alternateBounds" />
          </mxGeometry>
        </mxCell>
        <mxCell id="AhCAHCdXaYQ7X0f_vC18-394" parent="AhCAHCdXaYQ7X0f_vC18-392" style="shape=partialRectangle;connectable=0;fillColor=none;top=0;left=0;bottom=0;right=0;align=center;spacingLeft=6;overflow=hidden;whiteSpace=wrap;html=1;strokeColor=#000000;" value="alert_content" vertex="1">
          <mxGeometry height="30" width="170" x="30" as="geometry">
            <mxRectangle height="30" width="170" as="alternateBounds" />
          </mxGeometry>
        </mxCell>
        <mxCell id="AhCAHCdXaYQ7X0f_vC18-395" parent="AhCAHCdXaYQ7X0f_vC18-379" style="shape=tableRow;horizontal=0;startSize=0;swimlaneHead=0;swimlaneBody=0;fillColor=none;collapsible=0;dropTarget=0;points=[[0,0.5],[1,0.5]];portConstraint=eastwest;top=0;left=0;right=0;bottom=0;" value="" vertex="1">
          <mxGeometry height="30" width="200" y="180" as="geometry" />
        </mxCell>
        <mxCell id="AhCAHCdXaYQ7X0f_vC18-396" parent="AhCAHCdXaYQ7X0f_vC18-395" style="shape=partialRectangle;connectable=0;fillColor=none;top=0;left=0;bottom=0;right=0;overflow=hidden;whiteSpace=wrap;html=1;strokeColor=#000000;" value="" vertex="1">
          <mxGeometry height="30" width="30" as="geometry">
            <mxRectangle height="30" width="30" as="alternateBounds" />
          </mxGeometry>
        </mxCell>
        <mxCell id="AhCAHCdXaYQ7X0f_vC18-397" parent="AhCAHCdXaYQ7X0f_vC18-395" style="shape=partialRectangle;connectable=0;fillColor=none;top=0;left=0;bottom=0;right=0;align=center;spacingLeft=6;overflow=hidden;whiteSpace=wrap;html=1;strokeColor=#000000;" value="alert_status" vertex="1">
          <mxGeometry height="30" width="170" x="30" as="geometry">
            <mxRectangle height="30" width="170" as="alternateBounds" />
          </mxGeometry>
        </mxCell>
        <mxCell id="AhCAHCdXaYQ7X0f_vC18-398" parent="AhCAHCdXaYQ7X0f_vC18-379" style="shape=tableRow;horizontal=0;startSize=0;swimlaneHead=0;swimlaneBody=0;fillColor=none;collapsible=0;dropTarget=0;points=[[0,0.5],[1,0.5]];portConstraint=eastwest;top=0;left=0;right=0;bottom=0;" value="" vertex="1">
          <mxGeometry height="30" width="200" y="210" as="geometry" />
        </mxCell>
        <mxCell id="AhCAHCdXaYQ7X0f_vC18-399" parent="AhCAHCdXaYQ7X0f_vC18-398" style="shape=partialRectangle;connectable=0;fillColor=none;top=0;left=0;bottom=0;right=0;overflow=hidden;whiteSpace=wrap;html=1;strokeColor=#000000;" value="" vertex="1">
          <mxGeometry height="30" width="30" as="geometry">
            <mxRectangle height="30" width="30" as="alternateBounds" />
          </mxGeometry>
        </mxCell>
        <mxCell id="AhCAHCdXaYQ7X0f_vC18-400" parent="AhCAHCdXaYQ7X0f_vC18-398" style="shape=partialRectangle;connectable=0;fillColor=none;top=0;left=0;bottom=0;right=0;align=center;spacingLeft=6;overflow=hidden;whiteSpace=wrap;html=1;strokeColor=#000000;" value="handle_by" vertex="1">
          <mxGeometry height="30" width="170" x="30" as="geometry">
            <mxRectangle height="30" width="170" as="alternateBounds" />
          </mxGeometry>
        </mxCell>
        <mxCell id="AhCAHCdXaYQ7X0f_vC18-401" parent="1" style="shape=table;startSize=30;container=1;collapsible=1;childLayout=tableLayout;fixedRows=1;rowLines=1;colLines=1;fontStyle=1;align=center;resizeLast=1;html=1;strokeColor=#000000;fillColor=none;fontColor=#000000;" value="environment_value" vertex="1">
          <mxGeometry height="210" width="210" x="440" y="1310" as="geometry" />
        </mxCell>
        <mxCell id="AhCAHCdXaYQ7X0f_vC18-402" parent="AhCAHCdXaYQ7X0f_vC18-401" style="shape=tableRow;horizontal=0;startSize=0;swimlaneHead=0;swimlaneBody=0;fillColor=none;collapsible=0;dropTarget=0;points=[[0,0.5],[1,0.5]];portConstraint=eastwest;top=0;left=0;right=0;bottom=1;" value="" vertex="1">
          <mxGeometry height="30" width="210" y="30" as="geometry" />
        </mxCell>
        <mxCell id="AhCAHCdXaYQ7X0f_vC18-403" parent="AhCAHCdXaYQ7X0f_vC18-402" style="shape=partialRectangle;connectable=0;fillColor=none;top=0;left=0;bottom=0;right=0;fontStyle=1;overflow=hidden;whiteSpace=wrap;html=1;strokeColor=#000000;" value="PK" vertex="1">
          <mxGeometry height="30" width="30" as="geometry">
            <mxRectangle height="30" width="30" as="alternateBounds" />
          </mxGeometry>
        </mxCell>
        <mxCell id="AhCAHCdXaYQ7X0f_vC18-404" parent="AhCAHCdXaYQ7X0f_vC18-402" style="shape=partialRectangle;connectable=0;fillColor=none;top=0;left=0;bottom=0;right=0;align=center;spacingLeft=6;fontStyle=5;overflow=hidden;whiteSpace=wrap;html=1;strokeColor=#000000;" value="id" vertex="1">
          <mxGeometry height="30" width="180" x="30" as="geometry">
            <mxRectangle height="30" width="180" as="alternateBounds" />
          </mxGeometry>
        </mxCell>
        <mxCell id="AhCAHCdXaYQ7X0f_vC18-405" parent="AhCAHCdXaYQ7X0f_vC18-401" style="shape=tableRow;horizontal=0;startSize=0;swimlaneHead=0;swimlaneBody=0;fillColor=none;collapsible=0;dropTarget=0;points=[[0,0.5],[1,0.5]];portConstraint=eastwest;top=0;left=0;right=0;bottom=0;" value="" vertex="1">
          <mxGeometry height="30" width="210" y="60" as="geometry" />
        </mxCell>
        <mxCell id="AhCAHCdXaYQ7X0f_vC18-406" parent="AhCAHCdXaYQ7X0f_vC18-405" style="shape=partialRectangle;connectable=0;fillColor=none;top=0;left=0;bottom=0;right=0;overflow=hidden;whiteSpace=wrap;html=1;strokeColor=#000000;" value="FK" vertex="1">
          <mxGeometry height="30" width="30" as="geometry">
            <mxRectangle height="30" width="30" as="alternateBounds" />
          </mxGeometry>
        </mxCell>
        <mxCell id="AhCAHCdXaYQ7X0f_vC18-407" parent="AhCAHCdXaYQ7X0f_vC18-405" style="shape=partialRectangle;connectable=0;fillColor=none;top=0;left=0;bottom=0;right=0;align=center;spacingLeft=6;overflow=hidden;whiteSpace=wrap;html=1;strokeColor=#000000;" value="asset_id" vertex="1">
          <mxGeometry height="30" width="180" x="30" as="geometry">
            <mxRectangle height="30" width="180" as="alternateBounds" />
          </mxGeometry>
        </mxCell>
        <mxCell id="AhCAHCdXaYQ7X0f_vC18-408" parent="AhCAHCdXaYQ7X0f_vC18-401" style="shape=tableRow;horizontal=0;startSize=0;swimlaneHead=0;swimlaneBody=0;fillColor=none;collapsible=0;dropTarget=0;points=[[0,0.5],[1,0.5]];portConstraint=eastwest;top=0;left=0;right=0;bottom=0;" value="" vertex="1">
          <mxGeometry height="30" width="210" y="90" as="geometry" />
        </mxCell>
        <mxCell id="AhCAHCdXaYQ7X0f_vC18-409" parent="AhCAHCdXaYQ7X0f_vC18-408" style="shape=partialRectangle;connectable=0;fillColor=none;top=0;left=0;bottom=0;right=0;overflow=hidden;whiteSpace=wrap;html=1;strokeColor=#000000;" value="" vertex="1">
          <mxGeometry height="30" width="30" as="geometry">
            <mxRectangle height="30" width="30" as="alternateBounds" />
          </mxGeometry>
        </mxCell>
        <mxCell id="AhCAHCdXaYQ7X0f_vC18-410" parent="AhCAHCdXaYQ7X0f_vC18-408" style="shape=partialRectangle;connectable=0;fillColor=none;top=0;left=0;bottom=0;right=0;align=center;spacingLeft=6;overflow=hidden;whiteSpace=wrap;html=1;strokeColor=#000000;" value="monitor_point_code" vertex="1">
          <mxGeometry height="30" width="180" x="30" as="geometry">
            <mxRectangle height="30" width="180" as="alternateBounds" />
          </mxGeometry>
        </mxCell>
        <mxCell id="AhCAHCdXaYQ7X0f_vC18-411" parent="AhCAHCdXaYQ7X0f_vC18-401" style="shape=tableRow;horizontal=0;startSize=0;swimlaneHead=0;swimlaneBody=0;fillColor=none;collapsible=0;dropTarget=0;points=[[0,0.5],[1,0.5]];portConstraint=eastwest;top=0;left=0;right=0;bottom=0;" value="" vertex="1">
          <mxGeometry height="30" width="210" y="120" as="geometry" />
        </mxCell>
        <mxCell id="AhCAHCdXaYQ7X0f_vC18-412" parent="AhCAHCdXaYQ7X0f_vC18-411" style="shape=partialRectangle;connectable=0;fillColor=none;top=0;left=0;bottom=0;right=0;overflow=hidden;whiteSpace=wrap;html=1;strokeColor=#000000;" value="" vertex="1">
          <mxGeometry height="30" width="30" as="geometry">
            <mxRectangle height="30" width="30" as="alternateBounds" />
          </mxGeometry>
        </mxCell>
        <mxCell id="AhCAHCdXaYQ7X0f_vC18-413" parent="AhCAHCdXaYQ7X0f_vC18-411" style="shape=partialRectangle;connectable=0;fillColor=none;top=0;left=0;bottom=0;right=0;align=center;spacingLeft=6;overflow=hidden;whiteSpace=wrap;html=1;strokeColor=#000000;" value="value" vertex="1">
          <mxGeometry height="30" width="180" x="30" as="geometry">
            <mxRectangle height="30" width="180" as="alternateBounds" />
          </mxGeometry>
        </mxCell>
        <mxCell id="AhCAHCdXaYQ7X0f_vC18-414" parent="AhCAHCdXaYQ7X0f_vC18-401" style="shape=tableRow;horizontal=0;startSize=0;swimlaneHead=0;swimlaneBody=0;fillColor=none;collapsible=0;dropTarget=0;points=[[0,0.5],[1,0.5]];portConstraint=eastwest;top=0;left=0;right=0;bottom=0;" value="" vertex="1">
          <mxGeometry height="30" width="210" y="150" as="geometry" />
        </mxCell>
        <mxCell id="AhCAHCdXaYQ7X0f_vC18-415" parent="AhCAHCdXaYQ7X0f_vC18-414" style="shape=partialRectangle;connectable=0;fillColor=none;top=0;left=0;bottom=0;right=0;overflow=hidden;whiteSpace=wrap;html=1;strokeColor=#000000;" value="" vertex="1">
          <mxGeometry height="30" width="30" as="geometry">
            <mxRectangle height="30" width="30" as="alternateBounds" />
          </mxGeometry>
        </mxCell>
        <mxCell id="AhCAHCdXaYQ7X0f_vC18-416" parent="AhCAHCdXaYQ7X0f_vC18-414" style="shape=partialRectangle;connectable=0;fillColor=none;top=0;left=0;bottom=0;right=0;align=center;spacingLeft=6;overflow=hidden;whiteSpace=wrap;html=1;strokeColor=#000000;" value="monitor_time" vertex="1">
          <mxGeometry height="30" width="180" x="30" as="geometry">
            <mxRectangle height="30" width="180" as="alternateBounds" />
          </mxGeometry>
        </mxCell>
        <mxCell id="AhCAHCdXaYQ7X0f_vC18-417" parent="AhCAHCdXaYQ7X0f_vC18-401" style="shape=tableRow;horizontal=0;startSize=0;swimlaneHead=0;swimlaneBody=0;fillColor=none;collapsible=0;dropTarget=0;points=[[0,0.5],[1,0.5]];portConstraint=eastwest;top=0;left=0;right=0;bottom=0;" value="" vertex="1">
          <mxGeometry height="30" width="210" y="180" as="geometry" />
        </mxCell>
        <mxCell id="AhCAHCdXaYQ7X0f_vC18-418" parent="AhCAHCdXaYQ7X0f_vC18-417" style="shape=partialRectangle;connectable=0;fillColor=none;top=0;left=0;bottom=0;right=0;overflow=hidden;whiteSpace=wrap;html=1;strokeColor=#000000;" value="" vertex="1">
          <mxGeometry height="30" width="30" as="geometry">
            <mxRectangle height="30" width="30" as="alternateBounds" />
          </mxGeometry>
        </mxCell>
        <mxCell id="AhCAHCdXaYQ7X0f_vC18-419" parent="AhCAHCdXaYQ7X0f_vC18-417" style="shape=partialRectangle;connectable=0;fillColor=none;top=0;left=0;bottom=0;right=0;align=center;spacingLeft=6;overflow=hidden;whiteSpace=wrap;html=1;strokeColor=#000000;" value="date_type" vertex="1">
          <mxGeometry height="30" width="180" x="30" as="geometry">
            <mxRectangle height="30" width="180" as="alternateBounds" />
          </mxGeometry>
        </mxCell>
        <mxCell id="AhCAHCdXaYQ7X0f_vC18-420" parent="1" style="shape=table;startSize=30;container=1;collapsible=1;childLayout=tableLayout;fixedRows=1;rowLines=1;colLines=1;fontStyle=1;align=center;resizeLast=1;html=1;strokeColor=#000000;fillColor=none;fontColor=#000000;" value="device_camera" vertex="1">
          <mxGeometry height="210" width="210" x="1120" y="1310" as="geometry" />
        </mxCell>
        <mxCell id="AhCAHCdXaYQ7X0f_vC18-421" parent="AhCAHCdXaYQ7X0f_vC18-420" style="shape=tableRow;horizontal=0;startSize=0;swimlaneHead=0;swimlaneBody=0;fillColor=none;collapsible=0;dropTarget=0;points=[[0,0.5],[1,0.5]];portConstraint=eastwest;top=0;left=0;right=0;bottom=1;" value="" vertex="1">
          <mxGeometry height="30" width="210" y="30" as="geometry" />
        </mxCell>
        <mxCell id="AhCAHCdXaYQ7X0f_vC18-422" parent="AhCAHCdXaYQ7X0f_vC18-421" style="shape=partialRectangle;connectable=0;fillColor=none;top=0;left=0;bottom=0;right=0;fontStyle=1;overflow=hidden;whiteSpace=wrap;html=1;strokeColor=#000000;" value="PK" vertex="1">
          <mxGeometry height="30" width="30" as="geometry">
            <mxRectangle height="30" width="30" as="alternateBounds" />
          </mxGeometry>
        </mxCell>
        <mxCell id="AhCAHCdXaYQ7X0f_vC18-423" parent="AhCAHCdXaYQ7X0f_vC18-421" style="shape=partialRectangle;connectable=0;fillColor=none;top=0;left=0;bottom=0;right=0;align=center;spacingLeft=6;fontStyle=5;overflow=hidden;whiteSpace=wrap;html=1;strokeColor=#000000;" value="id" vertex="1">
          <mxGeometry height="30" width="180" x="30" as="geometry">
            <mxRectangle height="30" width="180" as="alternateBounds" />
          </mxGeometry>
        </mxCell>
        <mxCell id="AhCAHCdXaYQ7X0f_vC18-424" parent="AhCAHCdXaYQ7X0f_vC18-420" style="shape=tableRow;horizontal=0;startSize=0;swimlaneHead=0;swimlaneBody=0;fillColor=none;collapsible=0;dropTarget=0;points=[[0,0.5],[1,0.5]];portConstraint=eastwest;top=0;left=0;right=0;bottom=0;" value="" vertex="1">
          <mxGeometry height="30" width="210" y="60" as="geometry" />
        </mxCell>
        <mxCell id="AhCAHCdXaYQ7X0f_vC18-425" parent="AhCAHCdXaYQ7X0f_vC18-424" style="shape=partialRectangle;connectable=0;fillColor=none;top=0;left=0;bottom=0;right=0;overflow=hidden;whiteSpace=wrap;html=1;strokeColor=#000000;" value="FK" vertex="1">
          <mxGeometry height="30" width="30" as="geometry">
            <mxRectangle height="30" width="30" as="alternateBounds" />
          </mxGeometry>
        </mxCell>
        <mxCell id="AhCAHCdXaYQ7X0f_vC18-426" parent="AhCAHCdXaYQ7X0f_vC18-424" style="shape=partialRectangle;connectable=0;fillColor=none;top=0;left=0;bottom=0;right=0;align=center;spacingLeft=6;overflow=hidden;whiteSpace=wrap;html=1;strokeColor=#000000;" value="asset_id" vertex="1">
          <mxGeometry height="30" width="180" x="30" as="geometry">
            <mxRectangle height="30" width="180" as="alternateBounds" />
          </mxGeometry>
        </mxCell>
        <mxCell id="AhCAHCdXaYQ7X0f_vC18-427" parent="AhCAHCdXaYQ7X0f_vC18-420" style="shape=tableRow;horizontal=0;startSize=0;swimlaneHead=0;swimlaneBody=0;fillColor=none;collapsible=0;dropTarget=0;points=[[0,0.5],[1,0.5]];portConstraint=eastwest;top=0;left=0;right=0;bottom=0;" value="" vertex="1">
          <mxGeometry height="30" width="210" y="90" as="geometry" />
        </mxCell>
        <mxCell id="AhCAHCdXaYQ7X0f_vC18-428" parent="AhCAHCdXaYQ7X0f_vC18-427" style="shape=partialRectangle;connectable=0;fillColor=none;top=0;left=0;bottom=0;right=0;overflow=hidden;whiteSpace=wrap;html=1;strokeColor=#000000;" value="" vertex="1">
          <mxGeometry height="30" width="30" as="geometry">
            <mxRectangle height="30" width="30" as="alternateBounds" />
          </mxGeometry>
        </mxCell>
        <mxCell id="AhCAHCdXaYQ7X0f_vC18-429" parent="AhCAHCdXaYQ7X0f_vC18-427" style="shape=partialRectangle;connectable=0;fillColor=none;top=0;left=0;bottom=0;right=0;align=center;spacingLeft=6;overflow=hidden;whiteSpace=wrap;html=1;strokeColor=#000000;" value="status" vertex="1">
          <mxGeometry height="30" width="180" x="30" as="geometry">
            <mxRectangle height="30" width="180" as="alternateBounds" />
          </mxGeometry>
        </mxCell>
        <mxCell id="AhCAHCdXaYQ7X0f_vC18-430" parent="AhCAHCdXaYQ7X0f_vC18-420" style="shape=tableRow;horizontal=0;startSize=0;swimlaneHead=0;swimlaneBody=0;fillColor=none;collapsible=0;dropTarget=0;points=[[0,0.5],[1,0.5]];portConstraint=eastwest;top=0;left=0;right=0;bottom=0;" value="" vertex="1">
          <mxGeometry height="30" width="210" y="120" as="geometry" />
        </mxCell>
        <mxCell id="AhCAHCdXaYQ7X0f_vC18-431" parent="AhCAHCdXaYQ7X0f_vC18-430" style="shape=partialRectangle;connectable=0;fillColor=none;top=0;left=0;bottom=0;right=0;overflow=hidden;whiteSpace=wrap;html=1;strokeColor=#000000;" value="" vertex="1">
          <mxGeometry height="30" width="30" as="geometry">
            <mxRectangle height="30" width="30" as="alternateBounds" />
          </mxGeometry>
        </mxCell>
        <mxCell id="AhCAHCdXaYQ7X0f_vC18-432" parent="AhCAHCdXaYQ7X0f_vC18-430" style="shape=partialRectangle;connectable=0;fillColor=none;top=0;left=0;bottom=0;right=0;align=center;spacingLeft=6;overflow=hidden;whiteSpace=wrap;html=1;strokeColor=#000000;" value="is_enable" vertex="1">
          <mxGeometry height="30" width="180" x="30" as="geometry">
            <mxRectangle height="30" width="180" as="alternateBounds" />
          </mxGeometry>
        </mxCell>
        <mxCell id="AhCAHCdXaYQ7X0f_vC18-433" parent="AhCAHCdXaYQ7X0f_vC18-420" style="shape=tableRow;horizontal=0;startSize=0;swimlaneHead=0;swimlaneBody=0;fillColor=none;collapsible=0;dropTarget=0;points=[[0,0.5],[1,0.5]];portConstraint=eastwest;top=0;left=0;right=0;bottom=0;" value="" vertex="1">
          <mxGeometry height="30" width="210" y="150" as="geometry" />
        </mxCell>
        <mxCell id="AhCAHCdXaYQ7X0f_vC18-434" parent="AhCAHCdXaYQ7X0f_vC18-433" style="shape=partialRectangle;connectable=0;fillColor=none;top=0;left=0;bottom=0;right=0;overflow=hidden;whiteSpace=wrap;html=1;strokeColor=#000000;" value="" vertex="1">
          <mxGeometry height="30" width="30" as="geometry">
            <mxRectangle height="30" width="30" as="alternateBounds" />
          </mxGeometry>
        </mxCell>
        <mxCell id="AhCAHCdXaYQ7X0f_vC18-435" parent="AhCAHCdXaYQ7X0f_vC18-433" style="shape=partialRectangle;connectable=0;fillColor=none;top=0;left=0;bottom=0;right=0;align=center;spacingLeft=6;overflow=hidden;whiteSpace=wrap;html=1;strokeColor=#000000;" value="wvp_open_url" vertex="1">
          <mxGeometry height="30" width="180" x="30" as="geometry">
            <mxRectangle height="30" width="180" as="alternateBounds" />
          </mxGeometry>
        </mxCell>
        <mxCell id="AhCAHCdXaYQ7X0f_vC18-436" parent="AhCAHCdXaYQ7X0f_vC18-420" style="shape=tableRow;horizontal=0;startSize=0;swimlaneHead=0;swimlaneBody=0;fillColor=none;collapsible=0;dropTarget=0;points=[[0,0.5],[1,0.5]];portConstraint=eastwest;top=0;left=0;right=0;bottom=0;" value="" vertex="1">
          <mxGeometry height="30" width="210" y="180" as="geometry" />
        </mxCell>
        <mxCell id="AhCAHCdXaYQ7X0f_vC18-437" parent="AhCAHCdXaYQ7X0f_vC18-436" style="shape=partialRectangle;connectable=0;fillColor=none;top=0;left=0;bottom=0;right=0;overflow=hidden;whiteSpace=wrap;html=1;strokeColor=#000000;" value="" vertex="1">
          <mxGeometry height="30" width="30" as="geometry">
            <mxRectangle height="30" width="30" as="alternateBounds" />
          </mxGeometry>
        </mxCell>
        <mxCell id="AhCAHCdXaYQ7X0f_vC18-438" parent="AhCAHCdXaYQ7X0f_vC18-436" style="shape=partialRectangle;connectable=0;fillColor=none;top=0;left=0;bottom=0;right=0;align=center;spacingLeft=6;overflow=hidden;whiteSpace=wrap;html=1;strokeColor=#000000;" value="ai_monitor_type" vertex="1">
          <mxGeometry height="30" width="180" x="30" as="geometry">
            <mxRectangle height="30" width="180" as="alternateBounds" />
          </mxGeometry>
        </mxCell>
-         <mxCell id="AhCAHCdXaYQ7X0f_vC18-439" edge="1" parent="1" source="AhCAHCdXaYQ7X0f_vC18-379" style="edgeStyle=orthogonalEdgeStyle;rounded=0;orthogonalLoop=1;jettySize=auto;html=1;startArrow=ERzeroToMany;startFill=0;endArrow=ERmandOne;endFill=0;strokeColor=#000000;" target="AhCAHCdXaYQ7X0f_vC18-310">
+         <mxCell id="AhCAHCdXaYQ7X0f_vC18-439" edge="1" parent="1" source="AhCAHCdXaYQ7X0f_vC18-379" style="edgeStyle=orthogonalEdgeStyle;rounded=0;orthogonalLoop=1;jettySize=auto;html=1;startArrow=ERzeroToMany;startFill=0;endArrow=ERmandOne;endFill=0;strokeColor=#000000;" target="AhCAHCdXaYQ7X0f_vC18-310" value="处理">
          <mxGeometry relative="1" as="geometry" />
        </mxCell>
-         <mxCell id="AhCAHCdXaYQ7X0f_vC18-440" edge="1" parent="1" source="AhCAHCdXaYQ7X0f_vC18-335" style="edgeStyle=orthogonalEdgeStyle;rounded=0;orthogonalLoop=1;jettySize=auto;html=1;startArrow=ERzeroToMany;startFill=0;endArrow=ERmandOne;endFill=0;strokeColor=#000000;" target="AhCAHCdXaYQ7X0f_vC18-310">
+         <mxCell id="AhCAHCdXaYQ7X0f_vC18-440" edge="1" parent="1" source="AhCAHCdXaYQ7X0f_vC18-335" style="edgeStyle=orthogonalEdgeStyle;rounded=0;orthogonalLoop=1;jettySize=auto;html=1;startArrow=ERzeroToMany;startFill=0;endArrow=ERmandOne;endFill=0;strokeColor=#000000;" target="AhCAHCdXaYQ7X0f_vC18-310" value="创建">
          <mxGeometry relative="1" as="geometry" />
        </mxCell>
-         <mxCell id="AhCAHCdXaYQ7X0f_vC18-441" edge="1" parent="1" source="AhCAHCdXaYQ7X0f_vC18-363" style="edgeStyle=orthogonalEdgeStyle;rounded=0;orthogonalLoop=1;jettySize=auto;html=1;startArrow=ERzeroToMany;startFill=0;endArrow=ERmandOne;endFill=0;strokeColor=#000000;" target="AhCAHCdXaYQ7X0f_vC18-335">
+         <mxCell id="AhCAHCdXaYQ7X0f_vC18-441" edge="1" parent="1" source="AhCAHCdXaYQ7X0f_vC18-363" style="edgeStyle=orthogonalEdgeStyle;rounded=0;orthogonalLoop=1;jettySize=auto;html=1;startArrow=ERzeroToMany;startFill=0;endArrow=ERmandOne;endFill=0;strokeColor=#000000;" target="AhCAHCdXaYQ7X0f_vC18-335" value="产生">
          <mxGeometry relative="1" as="geometry" />
        </mxCell>
-         <mxCell id="AhCAHCdXaYQ7X0f_vC18-442" edge="1" parent="1" source="AhCAHCdXaYQ7X0f_vC18-379" style="edgeStyle=orthogonalEdgeStyle;rounded=0;orthogonalLoop=1;jettySize=auto;html=1;startArrow=ERzeroToMany;startFill=0;endArrow=ERmandOne;endFill=0;strokeColor=#000000;" target="AhCAHCdXaYQ7X0f_vC18-335">
+         <mxCell id="AhCAHCdXaYQ7X0f_vC18-442" edge="1" parent="1" source="AhCAHCdXaYQ7X0f_vC18-379" style="edgeStyle=orthogonalEdgeStyle;rounded=0;orthogonalLoop=1;jettySize=auto;html=1;startArrow=ERzeroToMany;startFill=0;endArrow=ERmandOne;endFill=0;strokeColor=#000000;" target="AhCAHCdXaYQ7X0f_vC18-335" value="触发">
          <mxGeometry relative="1" as="geometry" />
        </mxCell>
        <mxCell id="AhCAHCdXaYQ7X0f_vC18-443" edge="1" parent="1" source="AhCAHCdXaYQ7X0f_vC18-401" style="edgeStyle=orthogonalEdgeStyle;rounded=0;orthogonalLoop=1;jettySize=auto;html=1;startArrow=ERzeroToMany;startFill=0;endArrow=ERmandOne;endFill=0;strokeColor=#000000;" target="AhCAHCdXaYQ7X0f_vC18-335">
          <mxGeometry relative="1" as="geometry" />
        </mxCell>
        <mxCell id="AhCAHCdXaYQ7X0f_vC18-444" edge="1" parent="1" source="AhCAHCdXaYQ7X0f_vC18-420" style="edgeStyle=orthogonalEdgeStyle;rounded=0;orthogonalLoop=1;jettySize=auto;html=1;startArrow=ERone;startFill=0;endArrow=ERone;endFill=0;strokeColor=#000000;" target="AhCAHCdXaYQ7X0f_vC18-335">
          <mxGeometry relative="1" as="geometry" />
+         </mxCell>
+         <mxCell id="QGcoSFjR-zblNSD2hWzS-2" parent="1" style="text;html=1;whiteSpace=wrap;strokeColor=none;fillColor=none;align=center;verticalAlign=middle;rounded=0;" value="采集" vertex="1">
+           <mxGeometry height="30" width="60" x="730" y="1380" as="geometry" />
+         </mxCell>
+         <mxCell id="QGcoSFjR-zblNSD2hWzS-3" parent="1" style="text;html=1;whiteSpace=wrap;strokeColor=none;fillColor=none;align=center;verticalAlign=middle;rounded=0;" value="配置" vertex="1">
+           <mxGeometry height="30" width="60" x="970" y="1380" as="geometry" />
        </mxCell>
      </root>
    </mxGraphModel>
  </diagram>
</mxfile>
